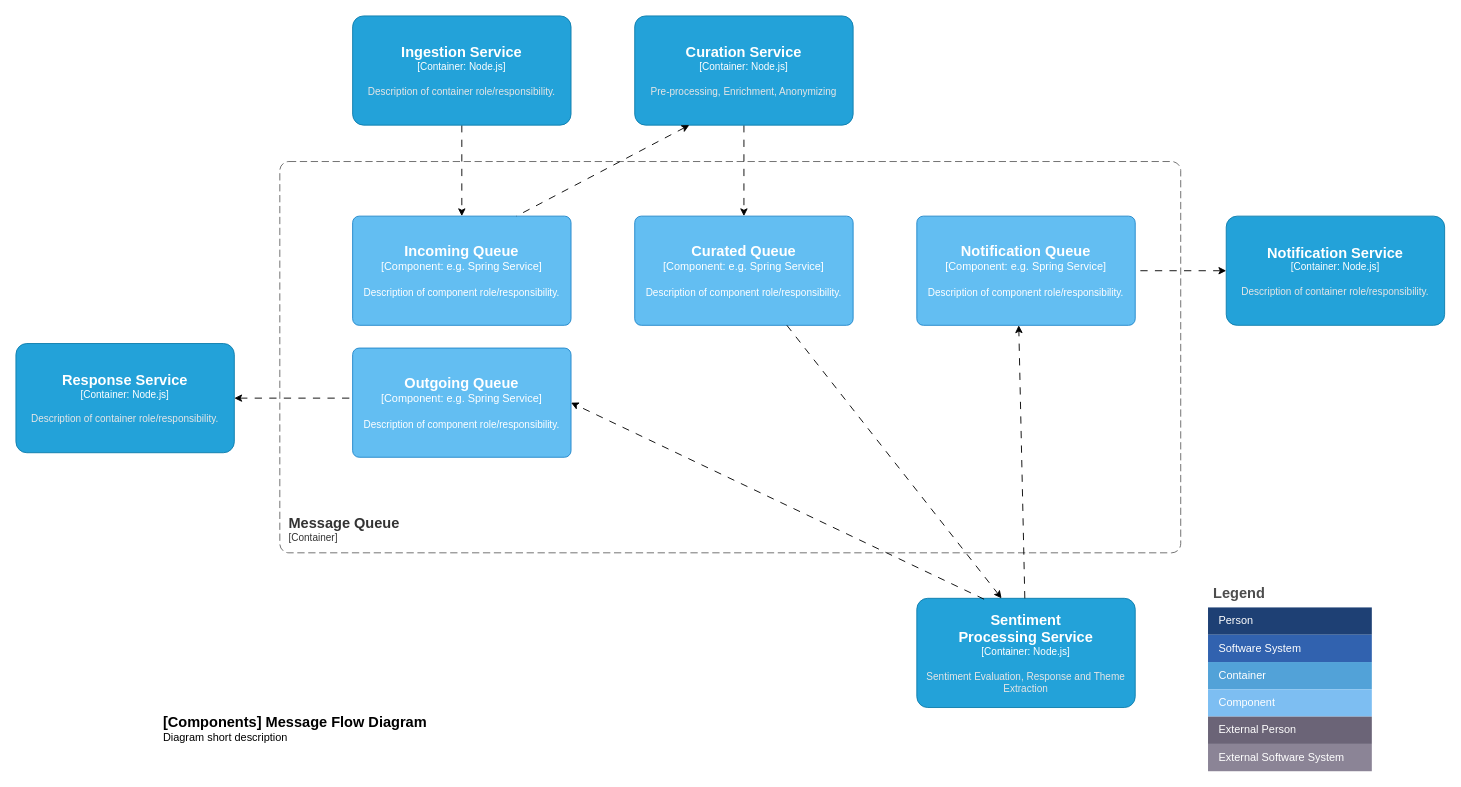
Earlier version of the draw.io diagram page "container-message-queue" (3 of 4) of docs/diagrams.drawio (fusion-platform-services/fps-blueprint-ai-sentiment-analysis-and-response). Source tidied: cells renumbered, new cells numbered last; positions are measured from the earlier drawing's top-left corner, leaving out a move shared by most shapes. Both pictures are drawn from the tidied source at 91%, with x=0, y=0 at pixel (15, 15).
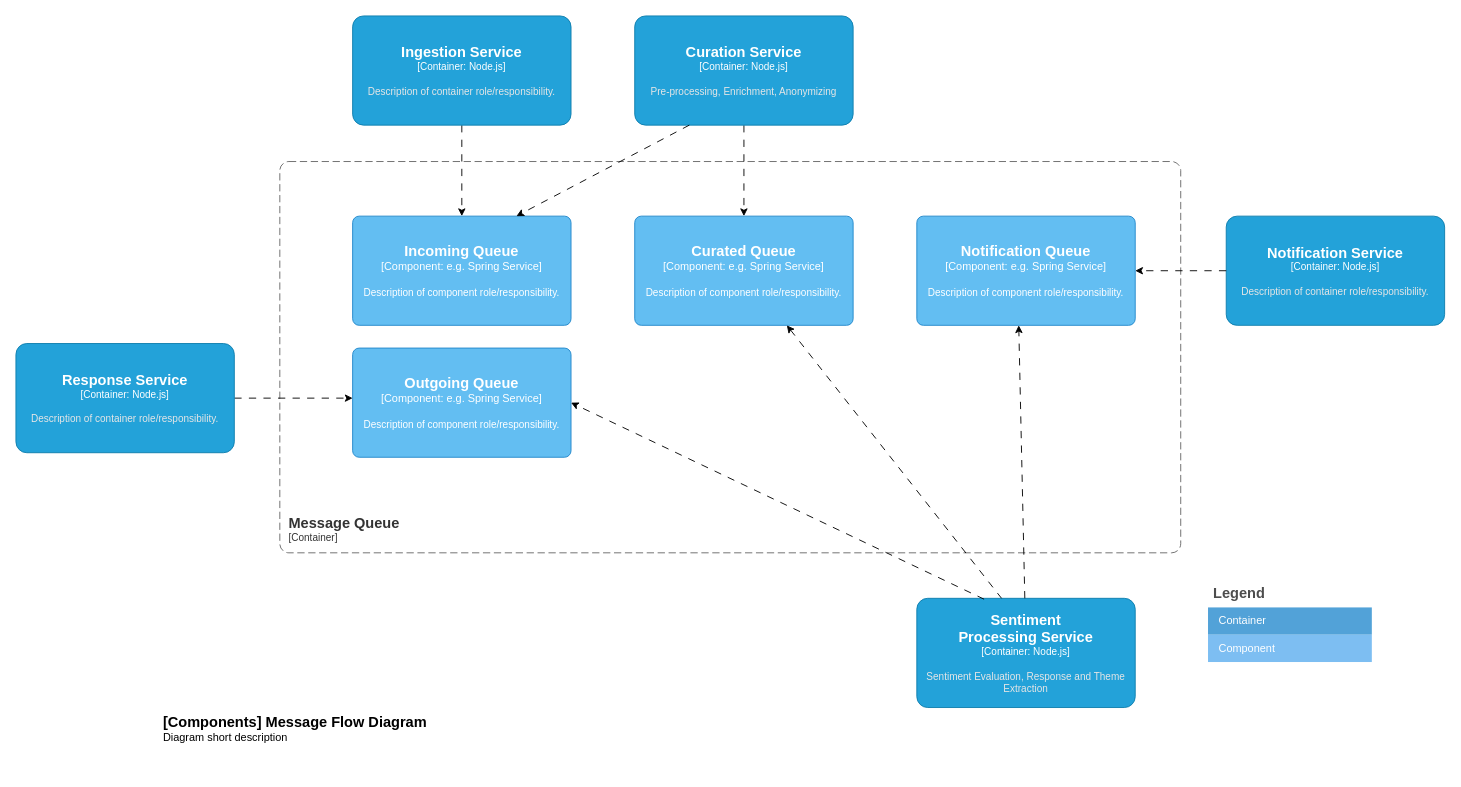
The same diagram, later.

Unchanged cells that the change refers to:
```xml
<object id="17" label="&lt;font style=&quot;font-size: 16px&quot;&gt;&lt;b&gt;%c4Name%&lt;/b&gt;&lt;/font&gt;&lt;div&gt;[%c4Type%: %c4Technology%]&lt;/div&gt;&lt;br&gt;&lt;div&gt;&lt;font style=&quot;font-size: 11px&quot;&gt;%c4Description%&lt;/font&gt;&lt;/div&gt;" c4Description="Description of component role/responsibility." c4Name="Incoming Queue" c4Technology="e.g. Spring Service" c4Type="Component" placeholders="1">
  <mxCell style="rounded=1;whiteSpace=wrap;html=1;labelBackgroundColor=none;fillColor=#63BEF2;fontColor=#ffffff;align=center;arcSize=6;strokeColor=#2086C9;points=[[0.25,0,0],[0.5,0,0],[0.75,0,0],[1,0.25,0],[1,0.5,0],[1,0.75,0],[0.75,1,0],[0.5,1,0],[0.25,1,0],[0,0.75,0],[0,0.5,0],[0,0.25,0]];" parent="1" vertex="1">
    <mxGeometry x="370" y="220" width="240" height="120" as="geometry" />
  </mxCell>
</object>
<object id="18" label="&lt;font style=&quot;font-size: 16px&quot;&gt;&lt;b&gt;%c4Name%&lt;/b&gt;&lt;/font&gt;&lt;div&gt;[%c4Type%: %c4Technology%]&lt;/div&gt;&lt;br&gt;&lt;div&gt;&lt;font style=&quot;font-size: 11px&quot;&gt;%c4Description%&lt;/font&gt;&lt;/div&gt;" c4Description="Description of component role/responsibility." c4Name="Curated Queue" c4Technology="e.g. Spring Service" c4Type="Component" placeholders="1">
  <mxCell style="rounded=1;whiteSpace=wrap;html=1;labelBackgroundColor=none;fillColor=#63BEF2;fontColor=#ffffff;align=center;arcSize=6;strokeColor=#2086C9;points=[[0.25,0,0],[0.5,0,0],[0.75,0,0],[1,0.25,0],[1,0.5,0],[1,0.75,0],[0.75,1,0],[0.5,1,0],[0.25,1,0],[0,0.75,0],[0,0.5,0],[0,0.25,0]];" parent="1" vertex="1">
    <mxGeometry x="680" y="220" width="240" height="120" as="geometry" />
  </mxCell>
</object>
<object id="19" label="&lt;font style=&quot;font-size: 16px&quot;&gt;&lt;b&gt;%c4Name%&lt;/b&gt;&lt;/font&gt;&lt;div&gt;[%c4Type%: %c4Technology%]&lt;/div&gt;&lt;br&gt;&lt;div&gt;&lt;font style=&quot;font-size: 11px&quot;&gt;%c4Description%&lt;/font&gt;&lt;/div&gt;" c4Description="Description of component role/responsibility." c4Name="Notification Queue" c4Technology="e.g. Spring Service" c4Type="Component" placeholders="1">
  <mxCell style="rounded=1;whiteSpace=wrap;html=1;labelBackgroundColor=none;fillColor=#63BEF2;fontColor=#ffffff;align=center;arcSize=6;strokeColor=#2086C9;points=[[0.25,0,0],[0.5,0,0],[0.75,0,0],[1,0.25,0],[1,0.5,0],[1,0.75,0],[0.75,1,0],[0.5,1,0],[0.25,1,0],[0,0.75,0],[0,0.5,0],[0,0.25,0]];" parent="1" vertex="1">
    <mxGeometry x="990" y="220" width="240" height="120" as="geometry" />
  </mxCell>
</object>
<object id="22" label="&lt;font style=&quot;font-size: 16px&quot;&gt;&lt;b&gt;%c4Name%&lt;/b&gt;&lt;/font&gt;&lt;div&gt;[%c4Type%: %c4Technology%]&lt;/div&gt;&lt;br&gt;&lt;div&gt;&lt;font style=&quot;font-size: 11px&quot;&gt;&lt;font color=&quot;#E6E6E6&quot;&gt;%c4Description%&lt;/font&gt;&lt;/div&gt;" c4Description="Description of container role/responsibility." c4Name="Response Service" c4Technology="Node.js" c4Type="Container" placeholders="1">
  <mxCell style="rounded=1;whiteSpace=wrap;html=1;fontSize=11;labelBackgroundColor=none;fillColor=#23A2D9;fontColor=#ffffff;align=center;arcSize=10;strokeColor=#0E7DAD;points=[[0.25,0,0],[0.5,0,0],[0.75,0,0],[1,0.25,0],[1,0.5,0],[1,0.75,0],[0.75,1,0],[0.5,1,0],[0.25,1,0],[0,0.75,0],[0,0.5,0],[0,0.25,0]];" parent="1" vertex="1">
    <mxGeometry y="360" width="240" height="120" as="geometry" />
  </mxCell>
</object>
<object id="25" label="&lt;font style=&quot;font-size: 16px&quot;&gt;&lt;b&gt;%c4Name%&lt;/b&gt;&lt;/font&gt;&lt;div&gt;[%c4Type%: %c4Technology%]&lt;/div&gt;&lt;br&gt;&lt;div&gt;&lt;font style=&quot;font-size: 11px&quot;&gt;&lt;font color=&quot;#E6E6E6&quot;&gt;%c4Description%&lt;/font&gt;&lt;/div&gt;" c4Description="Description of container role/responsibility." c4Name="Notification Service" c4Technology="Node.js" c4Type="Container" placeholders="1">
  <mxCell style="rounded=1;whiteSpace=wrap;html=1;fontSize=11;labelBackgroundColor=none;fillColor=#23A2D9;fontColor=#ffffff;align=center;arcSize=10;strokeColor=#0E7DAD;points=[[0.25,0,0],[0.5,0,0],[0.75,0,0],[1,0.25,0],[1,0.5,0],[1,0.75,0],[0.75,1,0],[0.5,1,0],[0.25,1,0],[0,0.75,0],[0,0.5,0],[0,0.25,0]];" parent="1" vertex="1">
    <mxGeometry x="1330" y="220" width="240" height="120" as="geometry" />
  </mxCell>
</object>
<object id="27" label="&lt;font style=&quot;font-size: 16px&quot;&gt;&lt;b&gt;%c4Name%&lt;/b&gt;&lt;/font&gt;&lt;div&gt;[%c4Type%: %c4Technology%]&lt;/div&gt;&lt;br&gt;&lt;div&gt;&lt;font style=&quot;font-size: 11px&quot;&gt;&lt;font color=&quot;#E6E6E6&quot;&gt;%c4Description%&lt;/font&gt;&lt;/div&gt;" c4Description="Pre-processing, Enrichment, Anonymizing" c4Name="Curation Service" c4Technology="Node.js" c4Type="Container" placeholders="1">
  <mxCell style="rounded=1;whiteSpace=wrap;html=1;fontSize=11;labelBackgroundColor=none;fillColor=#23A2D9;fontColor=#ffffff;align=center;arcSize=10;strokeColor=#0E7DAD;points=[[0.25,0,0],[0.5,0,0],[0.75,0,0],[1,0.25,0],[1,0.5,0],[1,0.75,0],[0.75,1,0],[0.5,1,0],[0.25,1,0],[0,0.75,0],[0,0.5,0],[0,0.25,0]];" parent="1" vertex="1">
    <mxGeometry x="680" width="240" height="120" as="geometry" />
  </mxCell>
</object>
<object id="28" label="&lt;font style=&quot;font-size: 16px&quot;&gt;&lt;b&gt;%c4Name%&lt;/b&gt;&lt;/font&gt;&lt;div&gt;[%c4Type%: %c4Technology%]&lt;/div&gt;&lt;br&gt;&lt;div&gt;&lt;font style=&quot;font-size: 11px&quot;&gt;&lt;font color=&quot;#E6E6E6&quot;&gt;%c4Description%&lt;/font&gt;&lt;/div&gt;" c4Description="Sentiment Evaluation, Response and Theme Extraction" c4Name="Sentiment&#10;Processing Service" c4Technology="Node.js" c4Type="Container" placeholders="1">
  <mxCell style="rounded=1;whiteSpace=wrap;html=1;fontSize=11;labelBackgroundColor=none;fillColor=#23A2D9;fontColor=#ffffff;align=center;arcSize=10;strokeColor=#0E7DAD;points=[[0.25,0,0],[0.5,0,0],[0.75,0,0],[1,0.25,0],[1,0.5,0],[1,0.75,0],[0.75,1,0],[0.5,1,0],[0.25,1,0],[0,0.75,0],[0,0.5,0],[0,0.25,0]];" parent="1" vertex="1">
    <mxGeometry x="990" y="640" width="240" height="120" as="geometry" />
  </mxCell>
</object>
```

What changed in the source:
```diff
@@
     <mxCell id="3" value="Legend" style="shape=table;startSize=30;childLayout=tableLayout;fontSize=16;align=left;verticalAlign=top;fillColor=none;strokeColor=none;fontColor=#4D4D4D;fontStyle=1;spacingLeft=6;spacing=0;" parent="1" vertex="1">
-      <mxGeometry x="1310" y="620" width="180" height="210" as="geometry" />
+      <mxGeometry x="1310" y="620" width="180" height="90" as="geometry" />
     </mxCell>
-    <mxCell id="4" style="shape=tableRow;horizontal=0;startSize=0;swimlaneHead=0;swimlaneBody=0;strokeColor=inherit;top=0;left=0;bottom=0;right=0;fillColor=none;fontSize=12;" parent="3" vertex="1">
-      <mxGeometry y="30" width="180" height="30" as="geometry" />
-    </mxCell>
-    <mxCell id="5" value="Person" style="shape=partialRectangle;html=1;whiteSpace=wrap;strokeColor=inherit;overflow=hidden;fillColor=#1E4074;top=0;left=0;bottom=0;right=0;fontSize=12;align=left;fontColor=#FFFFFF;gradientColor=none;spacingLeft=10;spacingRight=4;" parent="4" vertex="1">
-      <mxGeometry width="180" height="30" as="geometry" />
-    </mxCell>
-    <mxCell id="6" style="shape=tableRow;horizontal=0;startSize=0;swimlaneHead=0;swimlaneBody=0;strokeColor=inherit;top=0;left=0;bottom=0;right=0;fillColor=none;fontSize=12;" parent="3" vertex="1">
-      <mxGeometry y="60" width="180" height="30" as="geometry" />
-    </mxCell>
-    <mxCell id="7" value="Software System" style="shape=partialRectangle;html=1;whiteSpace=wrap;strokeColor=inherit;overflow=hidden;fillColor=#3162AF;top=0;left=0;bottom=0;right=0;fontSize=12;align=left;fontColor=#FFFFFF;gradientColor=none;spacingLeft=10;spacingRight=4;" parent="6" vertex="1">
-      <mxGeometry width="180" height="30" as="geometry" />
-    </mxCell>
     <mxCell id="8" style="shape=tableRow;horizontal=0;startSize=0;swimlaneHead=0;swimlaneBody=0;strokeColor=inherit;top=0;left=0;bottom=0;right=0;fillColor=none;fontSize=12;" parent="3" vertex="1">
-      <mxGeometry y="90" width="180" height="30" as="geometry" />
+      <mxGeometry y="30" width="180" height="30" as="geometry" />
     </mxCell>
@@
     <mxCell id="10" style="shape=tableRow;horizontal=0;startSize=0;swimlaneHead=0;swimlaneBody=0;strokeColor=inherit;top=0;left=0;bottom=0;right=0;fillColor=none;fontSize=12;" parent="3" vertex="1">
-      <mxGeometry y="120" width="180" height="30" as="geometry" />
+      <mxGeometry y="60" width="180" height="30" as="geometry" />
     </mxCell>
@@
-    <mxCell id="12" style="shape=tableRow;horizontal=0;startSize=0;swimlaneHead=0;swimlaneBody=0;strokeColor=inherit;top=0;left=0;bottom=0;right=0;fillColor=none;fontSize=12;" parent="3" vertex="1">
-      <mxGeometry y="150" width="180" height="30" as="geometry" />
-    </mxCell>
-    <mxCell id="13" value="External Person" style="shape=partialRectangle;html=1;whiteSpace=wrap;strokeColor=inherit;overflow=hidden;fillColor=#6b6477;top=0;left=0;bottom=0;right=0;fontSize=12;align=left;fontColor=#FFFFFF;gradientColor=none;spacingLeft=10;spacingRight=4;" parent="12" vertex="1">
-      <mxGeometry width="180" height="30" as="geometry" />
-    </mxCell>
-    <mxCell id="14" style="shape=tableRow;horizontal=0;startSize=0;swimlaneHead=0;swimlaneBody=0;strokeColor=inherit;top=0;left=0;bottom=0;right=0;fillColor=none;fontSize=12;" parent="3" vertex="1">
-      <mxGeometry y="180" width="180" height="30" as="geometry" />
-    </mxCell>
-    <mxCell id="15" value="External Software System" style="shape=partialRectangle;html=1;whiteSpace=wrap;strokeColor=inherit;overflow=hidden;fillColor=#8b8496;top=0;left=0;bottom=0;right=0;fontSize=12;align=left;fontColor=#FFFFFF;gradientColor=none;spacingLeft=10;spacingRight=4;" parent="14" vertex="1">
-      <mxGeometry width="180" height="30" as="geometry" />
-    </mxCell>
@@
-    <mxCell id="21" style="edgeStyle=none;rounded=0;jettySize=auto;html=1;dashed=1;dashPattern=8 8;startArrow=classic;startFill=1;endArrow=none;endFill=0;" parent="1" edge="1" source="22">
+    <mxCell id="21" style="edgeStyle=none;rounded=0;jettySize=auto;html=1;dashed=1;dashPattern=8 8;startArrow=none;startFill=0;endArrow=classic;endFill=1;" parent="1" edge="1" source="22">
       <mxGeometry relative="1" as="geometry">
         <mxPoint x="370" y="420" as="targetPoint" />
       </mxGeometry>
     </mxCell>
@@
-    <mxCell id="30" style="edgeStyle=none;rounded=0;jettySize=auto;html=1;entryX=1;entryY=0.5;entryDx=0;entryDy=0;entryPerimeter=0;dashed=1;dashPattern=8 8;startArrow=classic;startFill=1;endArrow=none;endFill=0;" parent="1" edge="1" source="25" target="19">
+    <mxCell id="30" style="edgeStyle=none;rounded=0;jettySize=auto;html=1;entryX=1;entryY=0.5;entryDx=0;entryDy=0;entryPerimeter=0;dashed=1;dashPattern=8 8;startArrow=none;startFill=0;endArrow=classic;endFill=1;" parent="1" edge="1" source="25" target="19">
       <mxGeometry relative="1" as="geometry" />
     </mxCell>
@@
-    <mxCell id="32" style="edgeStyle=none;rounded=0;jettySize=auto;html=1;entryX=0.75;entryY=0;entryDx=0;entryDy=0;entryPerimeter=0;dashed=1;dashPattern=8 8;exitX=0.25;exitY=1;exitDx=0;exitDy=0;exitPerimeter=0;startArrow=classic;startFill=1;endArrow=none;endFill=0;" parent="1" edge="1" source="27" target="17">
+    <mxCell id="32" style="edgeStyle=none;rounded=0;jettySize=auto;html=1;entryX=0.75;entryY=0;entryDx=0;entryDy=0;entryPerimeter=0;dashed=1;dashPattern=8 8;exitX=0.25;exitY=1;exitDx=0;exitDy=0;exitPerimeter=0;startArrow=none;startFill=0;endArrow=classic;endFill=1;" parent="1" edge="1" source="27" target="17">
       <mxGeometry relative="1" as="geometry" />
     </mxCell>
-    <mxCell id="33" style="edgeStyle=none;rounded=0;jettySize=auto;html=1;entryX=0.388;entryY=0;entryDx=0;entryDy=0;entryPerimeter=0;dashed=1;dashPattern=8 8;" parent="1" edge="1" source="18" target="28">
+    <mxCell id="33" style="edgeStyle=none;rounded=0;jettySize=auto;html=1;entryX=0.388;entryY=0;entryDx=0;entryDy=0;entryPerimeter=0;dashed=1;dashPattern=8 8;startArrow=classic;startFill=1;endArrow=none;endFill=0;" parent="1" edge="1" source="18" target="28">
       <mxGeometry relative="1" as="geometry" />
     </mxCell>
```
